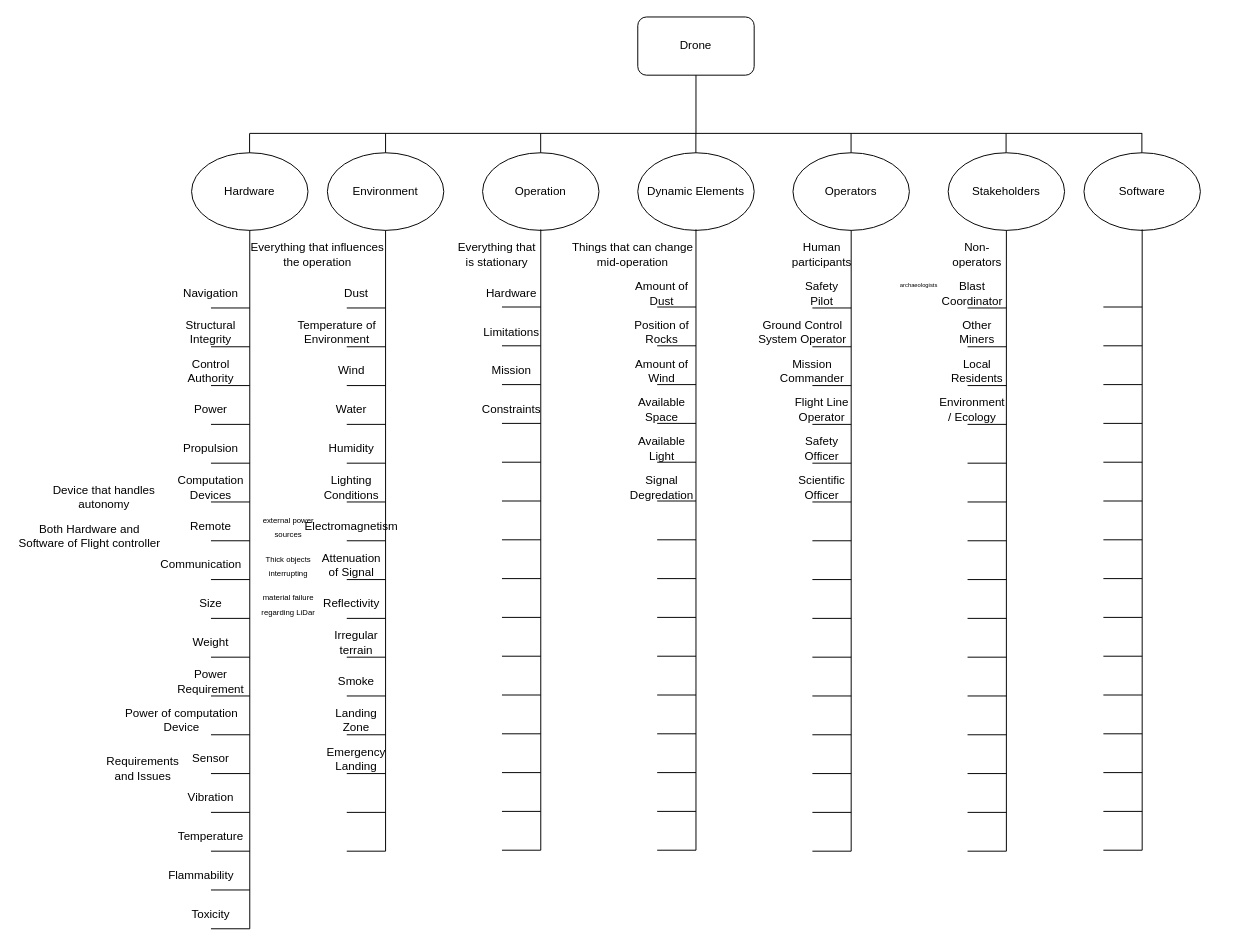
mylovelykohai/MineDrone keeps this draw.io diagram as ODDrone.drawio. Above is the earlier version. Source tidied: cells renumbered, new cells numbered last; positions are measured from the earlier drawing's top-left corner, leaving out a move shared by most shapes. Both pictures are drawn from the tidied source at 97%, with x=0, y=0 at pixel (16, 16).
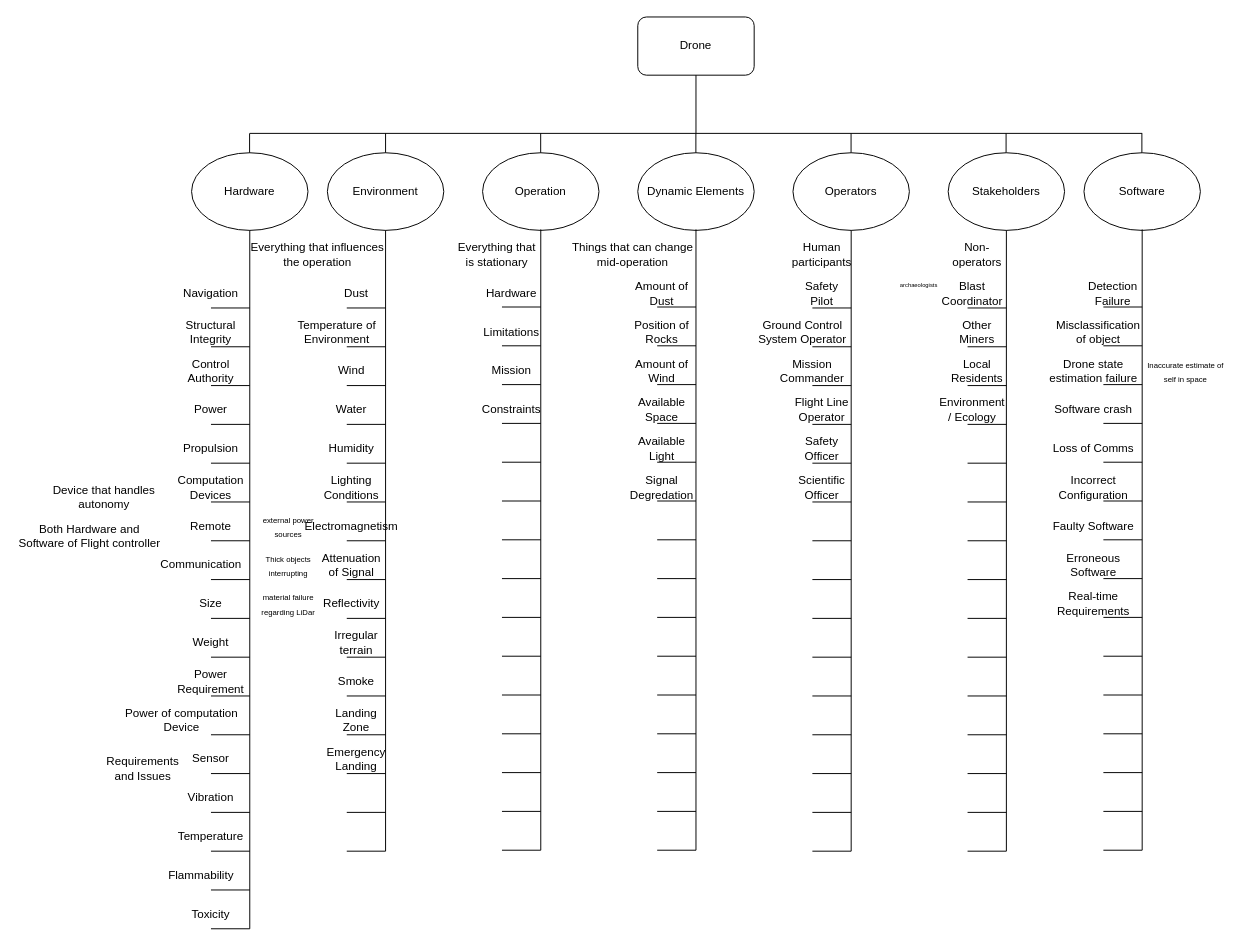
Above is the later version.

Change to the diagram source:
```diff
@@
+    <mxCell id="195" value="Detection Failure" style="text;html=1;strokeColor=none;fillColor=none;align=center;verticalAlign=middle;whiteSpace=wrap;rounded=0;" parent="1" vertex="1">
+      <mxGeometry x="1100" y="270" width="60" height="30" as="geometry" />
+    </mxCell>
+    <mxCell id="196" value="Misclassification of object" style="text;html=1;strokeColor=none;fillColor=none;align=center;verticalAlign=middle;whiteSpace=wrap;rounded=0;" parent="1" vertex="1">
+      <mxGeometry x="1070" y="310" width="90" height="30" as="geometry" />
+    </mxCell>
+    <mxCell id="197" value="Drone state estimation failure" style="text;html=1;strokeColor=none;fillColor=none;align=center;verticalAlign=middle;whiteSpace=wrap;rounded=0;" parent="1" vertex="1">
+      <mxGeometry x="1060" y="350" width="100" height="30" as="geometry" />
+    </mxCell>
+    <mxCell id="198" value="&lt;font style=&quot;font-size: 8px;&quot;&gt;Inaccurate estimate of self in space&lt;/font&gt;" style="text;html=1;strokeColor=none;fillColor=none;align=center;verticalAlign=middle;whiteSpace=wrap;rounded=0;" parent="1" vertex="1">
+      <mxGeometry x="1160" y="350" width="90" height="30" as="geometry" />
+    </mxCell>
+    <mxCell id="199" value="Software crash" style="text;html=1;strokeColor=none;fillColor=none;align=center;verticalAlign=middle;whiteSpace=wrap;rounded=0;" parent="1" vertex="1">
+      <mxGeometry x="1060" y="390" width="100" height="30" as="geometry" />
+    </mxCell>
+    <mxCell id="200" value="Loss of Comms" style="text;html=1;strokeColor=none;fillColor=none;align=center;verticalAlign=middle;whiteSpace=wrap;rounded=0;" parent="1" vertex="1">
+      <mxGeometry x="1060" y="430" width="100" height="30" as="geometry" />
+    </mxCell>
+    <mxCell id="201" value="Incorrect Configuration" style="text;html=1;strokeColor=none;fillColor=none;align=center;verticalAlign=middle;whiteSpace=wrap;rounded=0;" parent="1" vertex="1">
+      <mxGeometry x="1060" y="470" width="100" height="30" as="geometry" />
+    </mxCell>
+    <mxCell id="202" value="Faulty Software" style="text;html=1;strokeColor=none;fillColor=none;align=center;verticalAlign=middle;whiteSpace=wrap;rounded=0;" parent="1" vertex="1">
+      <mxGeometry x="1060" y="510" width="100" height="30" as="geometry" />
+    </mxCell>
+    <mxCell id="203" value="Erroneous Software" style="text;html=1;strokeColor=none;fillColor=none;align=center;verticalAlign=middle;whiteSpace=wrap;rounded=0;" parent="1" vertex="1">
+      <mxGeometry x="1060" y="550" width="100" height="30" as="geometry" />
+    </mxCell>
+    <mxCell id="204" value="Real-time Requirements " style="text;html=1;strokeColor=none;fillColor=none;align=center;verticalAlign=middle;whiteSpace=wrap;rounded=0;" parent="1" vertex="1">
+      <mxGeometry x="1060" y="590" width="100" height="30" as="geometry" />
+    </mxCell>
```
